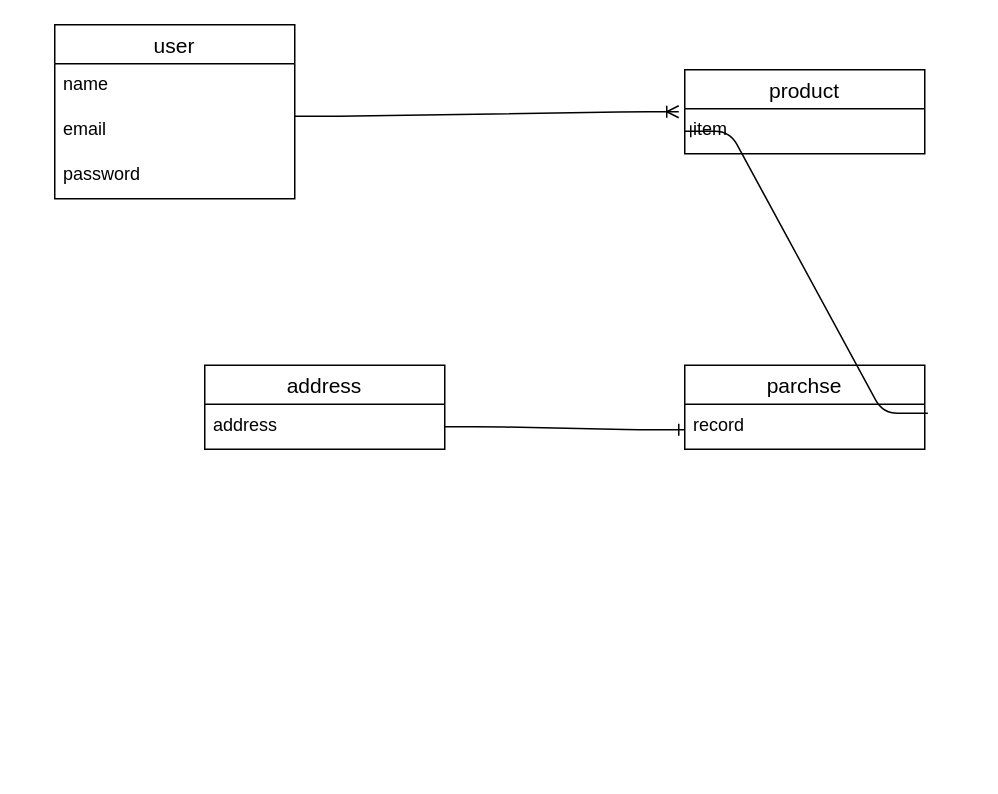
This is test.dio from hiroki1600/furima--28131-, a draw.io file, before an edit. Source tidied: cells renumbered, new cells numbered last; positions are measured from the earlier drawing's top-left corner, leaving out a move shared by most shapes. Both pictures are drawn from the tidied source at 150%, with x=0, y=0 at pixel (54, 24).
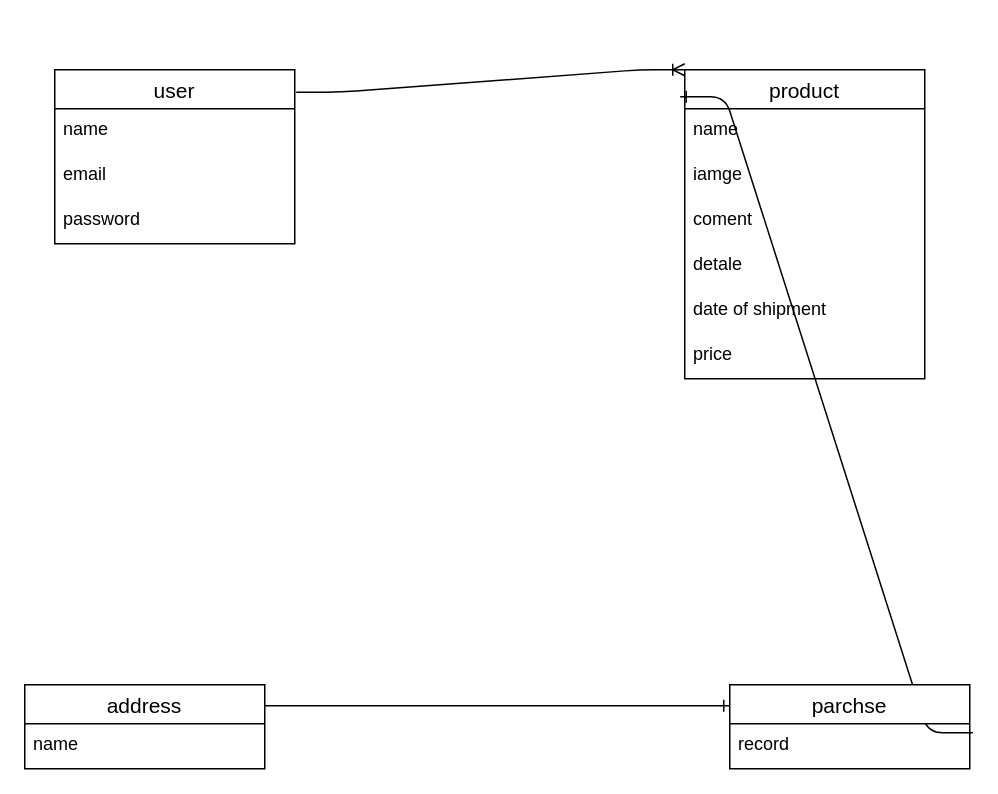
The same diagram, later.

Commit message (it also covers changes not shown here):
カラム修正

Diff of the diagram source:
```diff
@@
 <mxGraphModel>
   <root>
     <mxCell id="0" />
     <mxCell id="1" parent="0" />
-    <mxCell id="2" style="edgeStyle=entityRelationEdgeStyle;fontSize=12;html=1;endArrow=ERoneToMany;exitX=1;exitY=0.167;exitDx=0;exitDy=0;exitPerimeter=0;entryX=-0.025;entryY=0.067;entryDx=0;entryDy=0;entryPerimeter=0;" parent="1" edge="1" source="5" target="8">
+    <mxCell id="2" style="edgeStyle=entityRelationEdgeStyle;fontSize=12;html=1;endArrow=ERoneToMany;exitX=1.006;exitY=0.129;exitDx=0;exitDy=0;exitPerimeter=0;entryX=0;entryY=0;entryDx=0;entryDy=0;" parent="1" edge="1" source="3" target="7">
       <mxGeometry relative="1" as="geometry" />
     </mxCell>
+    <mxCell id="7" value="product" style="swimlane;fontStyle=0;horizontal=1;startSize=26;align=center;fontSize=14;" parent="1" vertex="1">
+      <mxGeometry x="420" y="30" width="160" height="206" as="geometry" />
+    </mxCell>
+    <mxCell id="8" value="name" style="text;strokeColor=none;fillColor=none;spacingLeft=4;spacingRight=4;overflow=hidden;points=[[0,0.5],[1,0.5]];portConstraint=eastwest;fontSize=12;" parent="7" vertex="1">
+      <mxGeometry y="26" width="160" height="30" as="geometry" />
+    </mxCell>
+    <mxCell id="15" value="iamge" style="text;strokeColor=none;fillColor=none;spacingLeft=4;spacingRight=4;overflow=hidden;fontSize=12;" parent="7" vertex="1">
+      <mxGeometry y="56" width="160" height="30" as="geometry" />
+    </mxCell>
+    <mxCell id="16" value="coment" style="text;strokeColor=none;fillColor=none;spacingLeft=4;spacingRight=4;overflow=hidden;fontSize=12;" parent="7" vertex="1">
+      <mxGeometry y="86" width="160" height="30" as="geometry" />
+    </mxCell>
+    <mxCell id="17" value="detale" style="text;strokeColor=none;fillColor=none;spacingLeft=4;spacingRight=4;overflow=hidden;fontSize=12;" parent="7" vertex="1">
+      <mxGeometry y="116" width="160" height="30" as="geometry" />
+    </mxCell>
+    <mxCell id="18" value="date of shipment" style="text;strokeColor=none;fillColor=none;spacingLeft=4;spacingRight=4;overflow=hidden;fontSize=12;" parent="7" vertex="1">
+      <mxGeometry y="146" width="160" height="30" as="geometry" />
+    </mxCell>
+    <mxCell id="19" value="price" style="text;strokeColor=none;fillColor=none;spacingLeft=4;spacingRight=4;overflow=hidden;fontSize=12;" parent="7" vertex="1">
+      <mxGeometry y="176" width="160" height="30" as="geometry" />
+    </mxCell>
+    <mxCell id="14" style="edgeStyle=entityRelationEdgeStyle;fontSize=12;html=1;endArrow=ERone;endFill=1;exitX=1.013;exitY=0.2;exitDx=0;exitDy=0;exitPerimeter=0;entryX=-0.019;entryY=0.087;entryDx=0;entryDy=0;entryPerimeter=0;" parent="1" edge="1" source="11" target="7">
+      <mxGeometry relative="1" as="geometry" />
+    </mxCell>
+    <mxCell id="9" value="parchse" style="swimlane;fontStyle=0;horizontal=1;startSize=26;align=center;fontSize=14;" parent="1" vertex="1">
+      <mxGeometry x="450" y="440" width="160" height="56" as="geometry" />
+    </mxCell>
+    <mxCell id="11" value="record" style="text;strokeColor=none;fillColor=none;spacingLeft=4;spacingRight=4;overflow=hidden;points=[[0,0.5],[1,0.5]];portConstraint=eastwest;fontSize=12;" parent="9" vertex="1">
+      <mxGeometry y="26" width="160" height="30" as="geometry" />
+    </mxCell>
+    <mxCell id="10" style="edgeStyle=entityRelationEdgeStyle;fontSize=12;html=1;endArrow=ERone;endFill=1;exitX=1;exitY=0.25;exitDx=0;exitDy=0;entryX=0;entryY=0.25;entryDx=0;entryDy=0;" parent="1" edge="1" source="12" target="9">
+      <mxGeometry relative="1" as="geometry" />
+    </mxCell>
     <mxCell id="3" value="user" style="swimlane;fontStyle=0;horizontal=1;startSize=26;align=center;fontSize=14;" parent="1" vertex="1">
-      <mxGeometry width="160" height="116" as="geometry" />
+      <mxGeometry y="30" width="160" height="116" as="geometry" />
     </mxCell>
     <mxCell id="4" value="name" style="text;strokeColor=none;fillColor=none;spacingLeft=4;spacingRight=4;overflow=hidden;fontSize=12;" parent="3" vertex="1">
       <mxGeometry y="26" width="160" height="30" as="geometry" />
     </mxCell>
     <mxCell id="5" value="email" style="text;strokeColor=none;fillColor=none;spacingLeft=4;spacingRight=4;overflow=hidden;points=[[0,0.5],[1,0.5]];portConstraint=eastwest;fontSize=12;" parent="3" vertex="1">
       <mxGeometry y="56" width="160" height="30" as="geometry" />
     </mxCell>
     <mxCell id="6" value="password" style="text;strokeColor=none;fillColor=none;spacingLeft=4;spacingRight=4;overflow=hidden;fontSize=12;" parent="3" vertex="1">
       <mxGeometry y="86" width="160" height="30" as="geometry" />
     </mxCell>
-    <mxCell id="7" value="product" style="swimlane;fontStyle=0;horizontal=1;startSize=26;align=center;fontSize=14;" parent="1" vertex="1">
-      <mxGeometry x="420" y="30" width="160" height="56" as="geometry" />
-    </mxCell>
-    <mxCell id="8" value="item" style="text;strokeColor=none;fillColor=none;spacingLeft=4;spacingRight=4;overflow=hidden;points=[[0,0.5],[1,0.5]];portConstraint=eastwest;fontSize=12;" parent="7" vertex="1">
-      <mxGeometry y="26" width="160" height="30" as="geometry" />
-    </mxCell>
-    <mxCell id="9" value="parchse" style="swimlane;fontStyle=0;horizontal=1;startSize=26;align=center;fontSize=14;" parent="1" vertex="1">
-      <mxGeometry x="420" y="227" width="160" height="56" as="geometry" />
-    </mxCell>
-    <mxCell id="10" style="edgeStyle=entityRelationEdgeStyle;fontSize=12;html=1;endArrow=ERone;endFill=1;exitX=1;exitY=0.5;exitDx=0;exitDy=0;" parent="9" edge="1" source="13">
-      <mxGeometry relative="1" as="geometry">
-        <mxPoint y="43" as="targetPoint" />
-      </mxGeometry>
-    </mxCell>
-    <mxCell id="11" value="record" style="text;strokeColor=none;fillColor=none;spacingLeft=4;spacingRight=4;overflow=hidden;points=[[0,0.5],[1,0.5]];portConstraint=eastwest;fontSize=12;" parent="9" vertex="1">
-      <mxGeometry y="26" width="160" height="30" as="geometry" />
-    </mxCell>
     <mxCell id="12" value="address" style="swimlane;fontStyle=0;horizontal=1;startSize=26;align=center;fontSize=14;" parent="1" vertex="1">
-      <mxGeometry x="100" y="227" width="160" height="56" as="geometry" />
+      <mxGeometry x="-20" y="440" width="160" height="56" as="geometry" />
     </mxCell>
-    <mxCell id="13" value="address" style="text;strokeColor=none;fillColor=none;spacingLeft=4;spacingRight=4;overflow=hidden;points=[[0,0.5],[1,0.5]];portConstraint=eastwest;fontSize=12;" parent="12" vertex="1">
+    <mxCell id="13" value="name" style="text;strokeColor=none;fillColor=none;spacingLeft=4;spacingRight=4;overflow=hidden;points=[[0,0.5],[1,0.5]];portConstraint=eastwest;fontSize=12;" parent="12" vertex="1">
       <mxGeometry y="26" width="160" height="30" as="geometry" />
     </mxCell>
-    <mxCell id="14" style="edgeStyle=entityRelationEdgeStyle;fontSize=12;html=1;endArrow=ERone;endFill=1;exitX=1.013;exitY=0.2;exitDx=0;exitDy=0;exitPerimeter=0;entryX=0;entryY=0.5;entryDx=0;entryDy=0;" parent="1" edge="1" source="11" target="8">
-      <mxGeometry relative="1" as="geometry" />
-    </mxCell>
   </root>
 </mxGraphModel>
```
